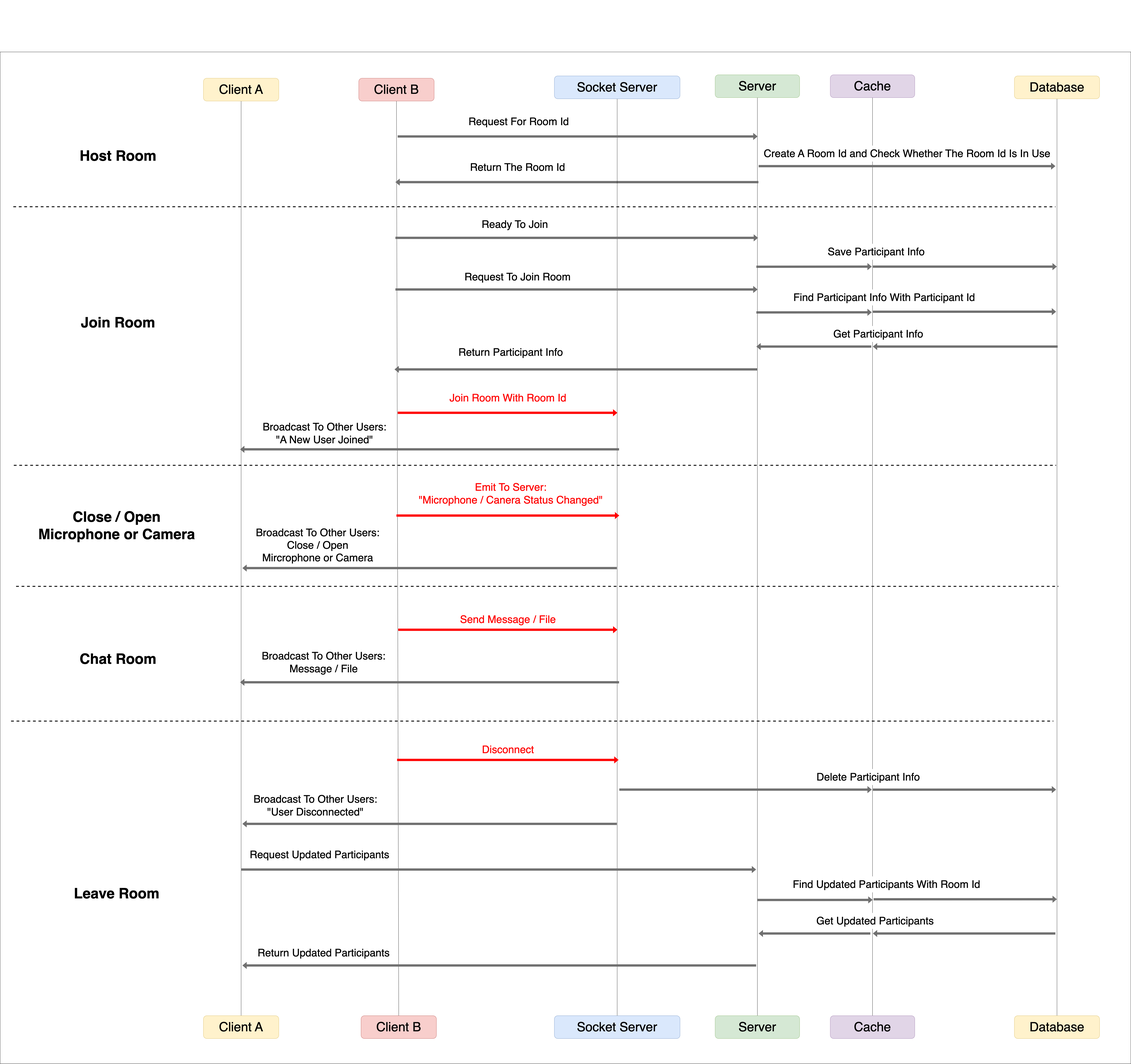
The draw.io diagram readme/websocket.png in sand050965/mini-room, before a commit. Source tidied: cells renumbered, new cells last; positions are measured from the earlier drawing's top-left corner, leaving out a move shared by most shapes.
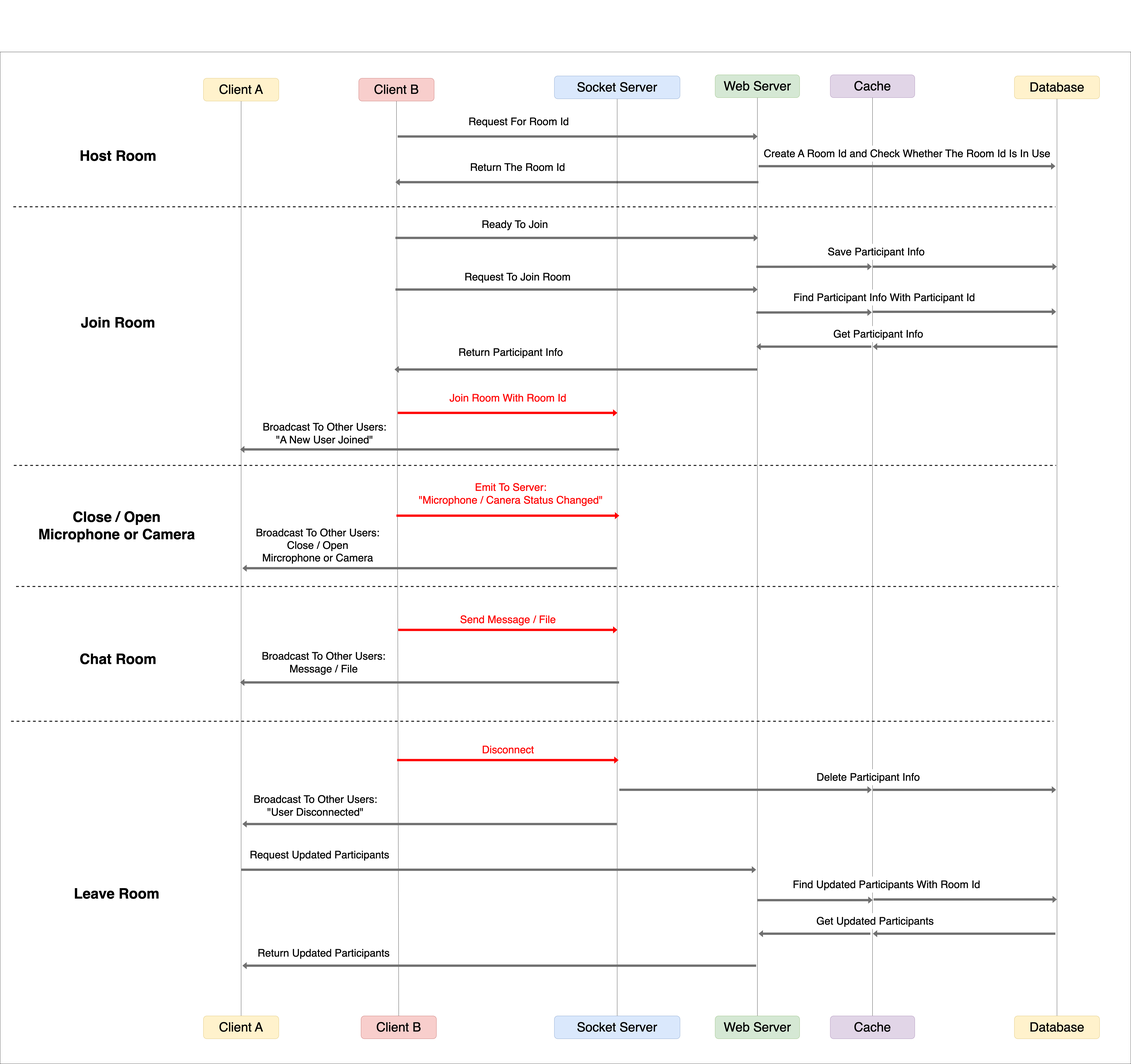
The same file after the commit.

The edit, as a diff of the source:
```diff
@@ -320,10 +320,10 @@
     <mxCell id="74" value="&lt;font style=&quot;font-size: 56px;&quot;&gt;Socket Server&lt;/font&gt;" style="rounded=1;whiteSpace=wrap;html=1;fontSize=12;glass=0;strokeWidth=1;shadow=0;fillColor=#dae8fc;strokeColor=#6c8ebf;" parent="1" vertex="1">
       <mxGeometry x="2426.2" y="4440" width="550" height="100" as="geometry" />
     </mxCell>
-    <mxCell id="75" value="&lt;font style=&quot;font-size: 56px;&quot;&gt;Server&lt;/font&gt;" style="rounded=1;whiteSpace=wrap;html=1;fontSize=12;glass=0;strokeWidth=1;shadow=0;fillColor=#d5e8d4;strokeColor=#82b366;" parent="1" vertex="1">
+    <mxCell id="75" value="&lt;font style=&quot;font-size: 56px;&quot;&gt;Web Server&lt;/font&gt;" style="rounded=1;whiteSpace=wrap;html=1;fontSize=12;glass=0;strokeWidth=1;shadow=0;fillColor=#d5e8d4;strokeColor=#82b366;" parent="1" vertex="1">
       <mxGeometry x="3130" y="4440" width="370" height="100" as="geometry" />
     </mxCell>
-    <mxCell id="76" value="&lt;font style=&quot;font-size: 56px;&quot;&gt;Server&lt;/font&gt;" style="rounded=1;whiteSpace=wrap;html=1;fontSize=12;glass=0;strokeWidth=1;shadow=0;fillColor=#d5e8d4;strokeColor=#82b366;" parent="1" vertex="1">
+    <mxCell id="76" value="&lt;font style=&quot;font-size: 56px;&quot;&gt;Web Server&lt;/font&gt;" style="rounded=1;whiteSpace=wrap;html=1;fontSize=12;glass=0;strokeWidth=1;shadow=0;fillColor=#d5e8d4;strokeColor=#82b366;" parent="1" vertex="1">
       <mxGeometry x="3130" y="320" width="370" height="100" as="geometry" />
     </mxCell>
     <mxCell id="77" value="&lt;font style=&quot;font-size: 56px;&quot;&gt;Cache&lt;/font&gt;" style="rounded=1;whiteSpace=wrap;html=1;fontSize=12;glass=0;strokeWidth=1;shadow=0;fillColor=#e1d5e7;strokeColor=#9673a6;" parent="1" vertex="1">
```
